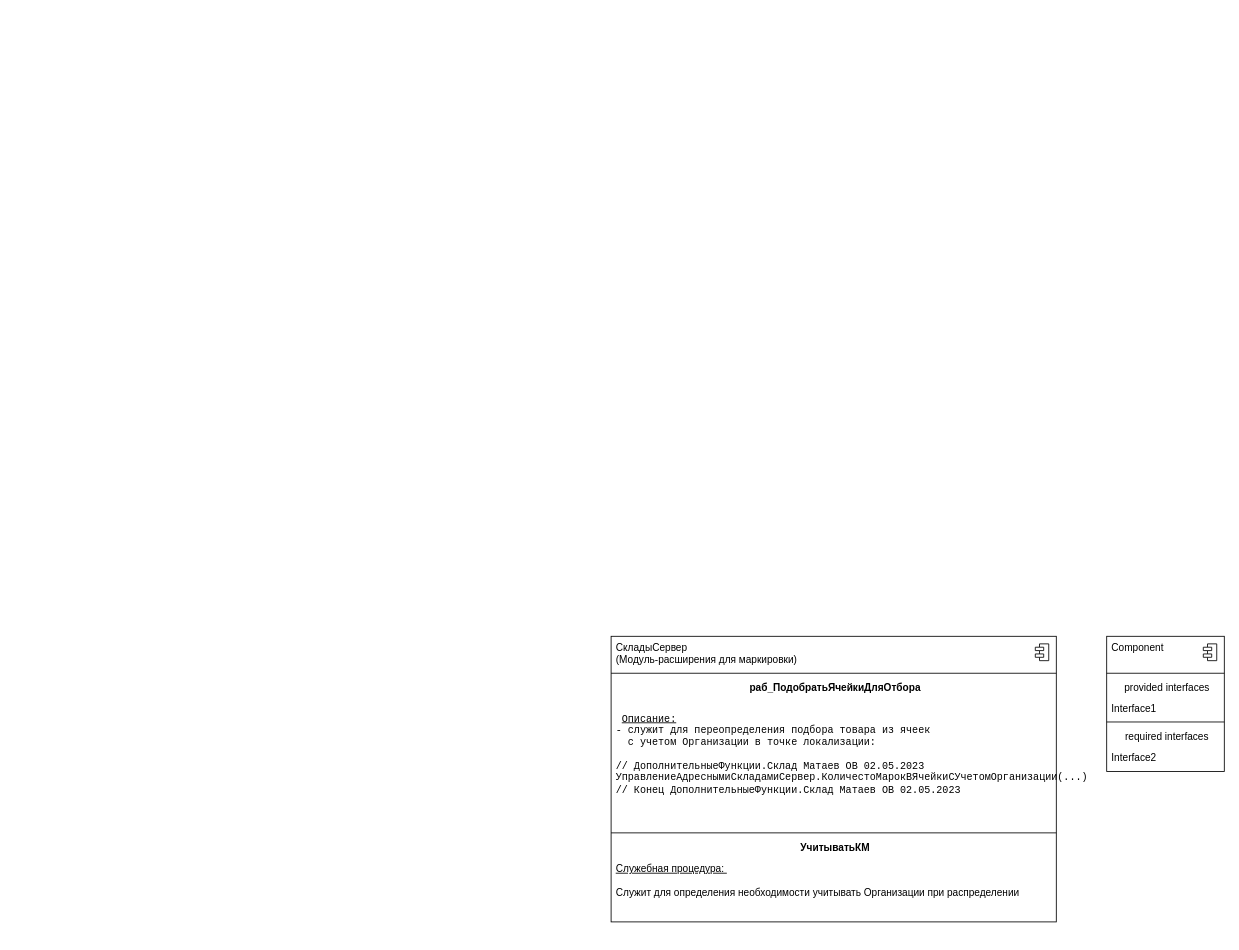
Before: Классы КМ.drawio in OlegM161/draw, a draw.io diagram. Source tidied: cells renumbered, new cells numbered last; positions are measured from the earlier drawing's top-left corner, leaving out a move shared by most shapes. Both pictures are drawn from the tidied source at 84%, with x=0, y=0 at pixel (611, 636).
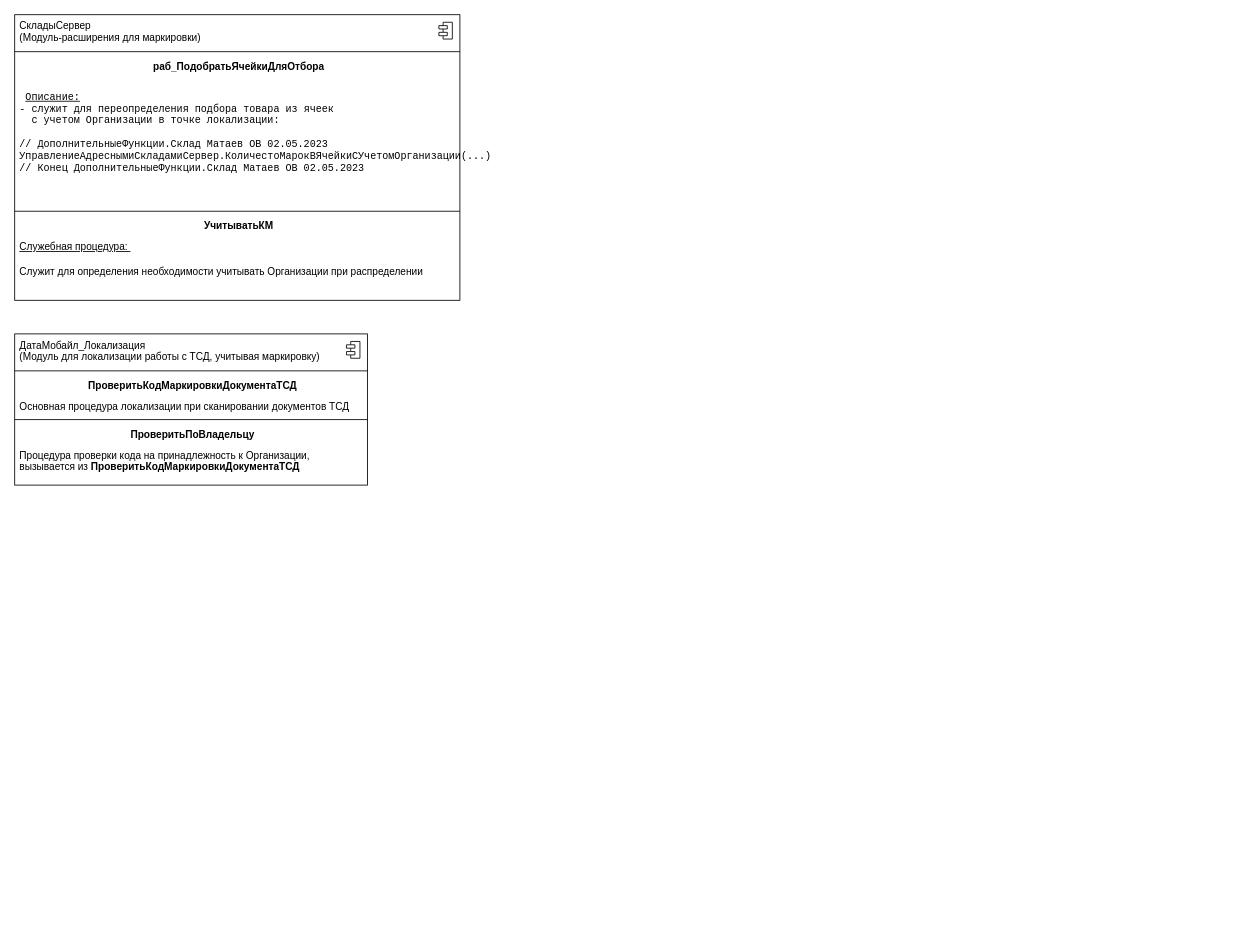
The same diagram, later.

The edit, as a diff of the source:
```diff
@@
     <mxCell id="2" style="fontStyle=1;align=center;verticalAlign=top;horizontal=1;" parent="1" vertex="1">
-      <mxGeometry width="530" height="340" as="geometry" />
+      <mxGeometry x="-710" y="-740" width="530" height="340" as="geometry" />
     </mxCell>
@@
     <mxCell id="11" style="fontStyle=1;align=center;verticalAlign=top;horizontal=1;" parent="1" vertex="1">
-      <mxGeometry x="590" width="140" height="161" as="geometry" />
+      <mxGeometry x="-710" y="-360" width="420" height="180" as="geometry" />
     </mxCell>
-    <mxCell id="12" value="Component" style="html=1;align=left;spacingLeft=4;verticalAlign=top;strokeColor=none;fillColor=none;whiteSpace=wrap;" parent="11" vertex="1">
-      <mxGeometry width="140" height="40" as="geometry" />
+    <mxCell id="12" value="ДатаМобайл_Локализация&lt;div&gt;(Модуль для локализации работы с ТСД, учитывая маркировку)&lt;/div&gt;" style="html=1;align=left;spacingLeft=4;verticalAlign=top;strokeColor=none;fillColor=none;whiteSpace=wrap;" parent="11" vertex="1">
+      <mxGeometry width="420" height="40" as="geometry" />
     </mxCell>
@@
     <mxCell id="14" style="line;strokeWidth=1;fillColor=none;align=left;verticalAlign=middle;spacingTop=-1;spacingLeft=3;spacingRight=3;labelPosition=right;" parent="11" vertex="1">
-      <mxGeometry y="40" width="140" height="8" as="geometry" />
+      <mxGeometry y="40" width="420" height="8" as="geometry" />
     </mxCell>
-    <mxCell id="15" value="provided interfaces" style="html=1;align=center;spacingLeft=4;verticalAlign=top;strokeColor=none;fillColor=none;whiteSpace=wrap;" parent="11" vertex="1">
-      <mxGeometry y="48" width="140" height="25" as="geometry" />
+    <mxCell id="15" value="ПроверитьКодМаркировкиДокументаТСД" style="html=1;align=center;spacingLeft=4;verticalAlign=top;strokeColor=none;fillColor=none;whiteSpace=wrap;fontStyle=1;" parent="11" vertex="1">
+      <mxGeometry y="48" width="420" height="25" as="geometry" />
     </mxCell>
-    <mxCell id="16" value="Interface1" style="html=1;align=left;spacingLeft=4;verticalAlign=top;strokeColor=none;fillColor=none;whiteSpace=wrap;" parent="11" vertex="1">
-      <mxGeometry y="73" width="140" height="25" as="geometry" />
+    <mxCell id="16" value="Основная процедура локализации при сканировании документов ТСД" style="html=1;align=left;spacingLeft=4;verticalAlign=top;strokeColor=none;fillColor=none;whiteSpace=wrap;" parent="11" vertex="1">
+      <mxGeometry y="73" width="420" height="25" as="geometry" />
     </mxCell>
     <mxCell id="17" style="line;strokeWidth=1;fillColor=none;align=left;verticalAlign=middle;spacingTop=-1;spacingLeft=3;spacingRight=3;labelPosition=right;" parent="11" vertex="1">
-      <mxGeometry y="98" width="140" height="8" as="geometry" />
+      <mxGeometry y="98" width="420" height="8" as="geometry" />
     </mxCell>
-    <mxCell id="18" value="required interfaces" style="html=1;align=center;spacingLeft=4;verticalAlign=top;strokeColor=none;fillColor=none;whiteSpace=wrap;" parent="11" vertex="1">
-      <mxGeometry y="106" width="140" height="25" as="geometry" />
+    <mxCell id="18" value="ПроверитьПоВладельцу" style="html=1;align=center;spacingLeft=4;verticalAlign=top;strokeColor=none;fillColor=none;whiteSpace=wrap;fontStyle=1;" parent="11" vertex="1">
+      <mxGeometry y="106" width="420" height="25" as="geometry" />
     </mxCell>
-    <mxCell id="19" value="Interface2" style="html=1;align=left;spacingLeft=4;verticalAlign=top;strokeColor=none;fillColor=none;whiteSpace=wrap;" parent="11" vertex="1">
-      <mxGeometry y="131" width="140" height="30" as="geometry" />
+    <mxCell id="19" value="Процедура проверки кода на принадлежность к Организации, вызывается из&amp;nbsp;&lt;span style=&quot;font-weight: 700; text-align: center;&quot;&gt;ПроверитьКодМаркировкиДокументаТСД&lt;/span&gt;&lt;div&gt;&lt;span style=&quot;font-weight: 700; text-align: center;&quot;&gt;&lt;br&gt;&lt;/span&gt;&lt;/div&gt;" style="html=1;align=left;spacingLeft=4;verticalAlign=top;strokeColor=none;fillColor=none;whiteSpace=wrap;" parent="11" vertex="1">
+      <mxGeometry y="131" width="420" height="49" as="geometry" />
     </mxCell>
```
